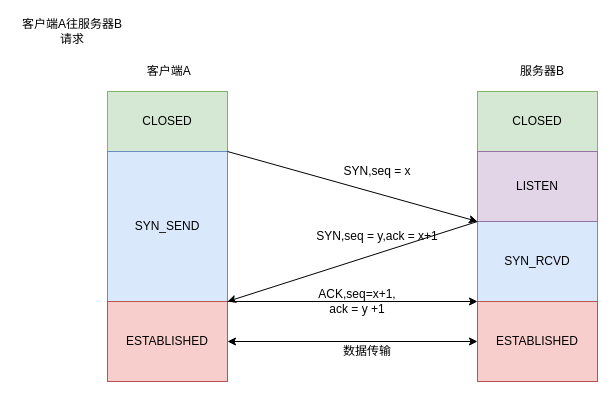
Before: page "TCP三次握手" (10 of 24) of source/backup/网络协议.drawio in yjy239/blog, a draw.io diagram. Source tidied: cells renumbered, new cells numbered last; positions are measured from the earlier drawing's top-left corner, leaving out a move shared by most shapes. Both pictures are drawn from the tidied source at 100%, with x=0, y=0 at pixel (17, 21).
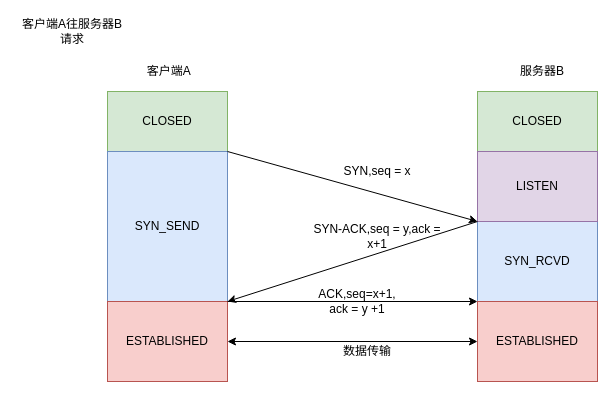
After the change.

What changed in the source:
```diff
@@
-    <mxCell id="17" value="SYN,seq = y,ack = x+1" style="text;html=1;strokeColor=none;fillColor=none;align=center;verticalAlign=middle;whiteSpace=wrap;rounded=0;" parent="1" vertex="1">
+    <mxCell id="17" value="SYN-ACK,seq = y,ack = x+1" style="text;html=1;strokeColor=none;fillColor=none;align=center;verticalAlign=middle;whiteSpace=wrap;rounded=0;" parent="1" vertex="1">
       <mxGeometry x="295" y="205" width="130" height="20" as="geometry" />
     </mxCell>
```
